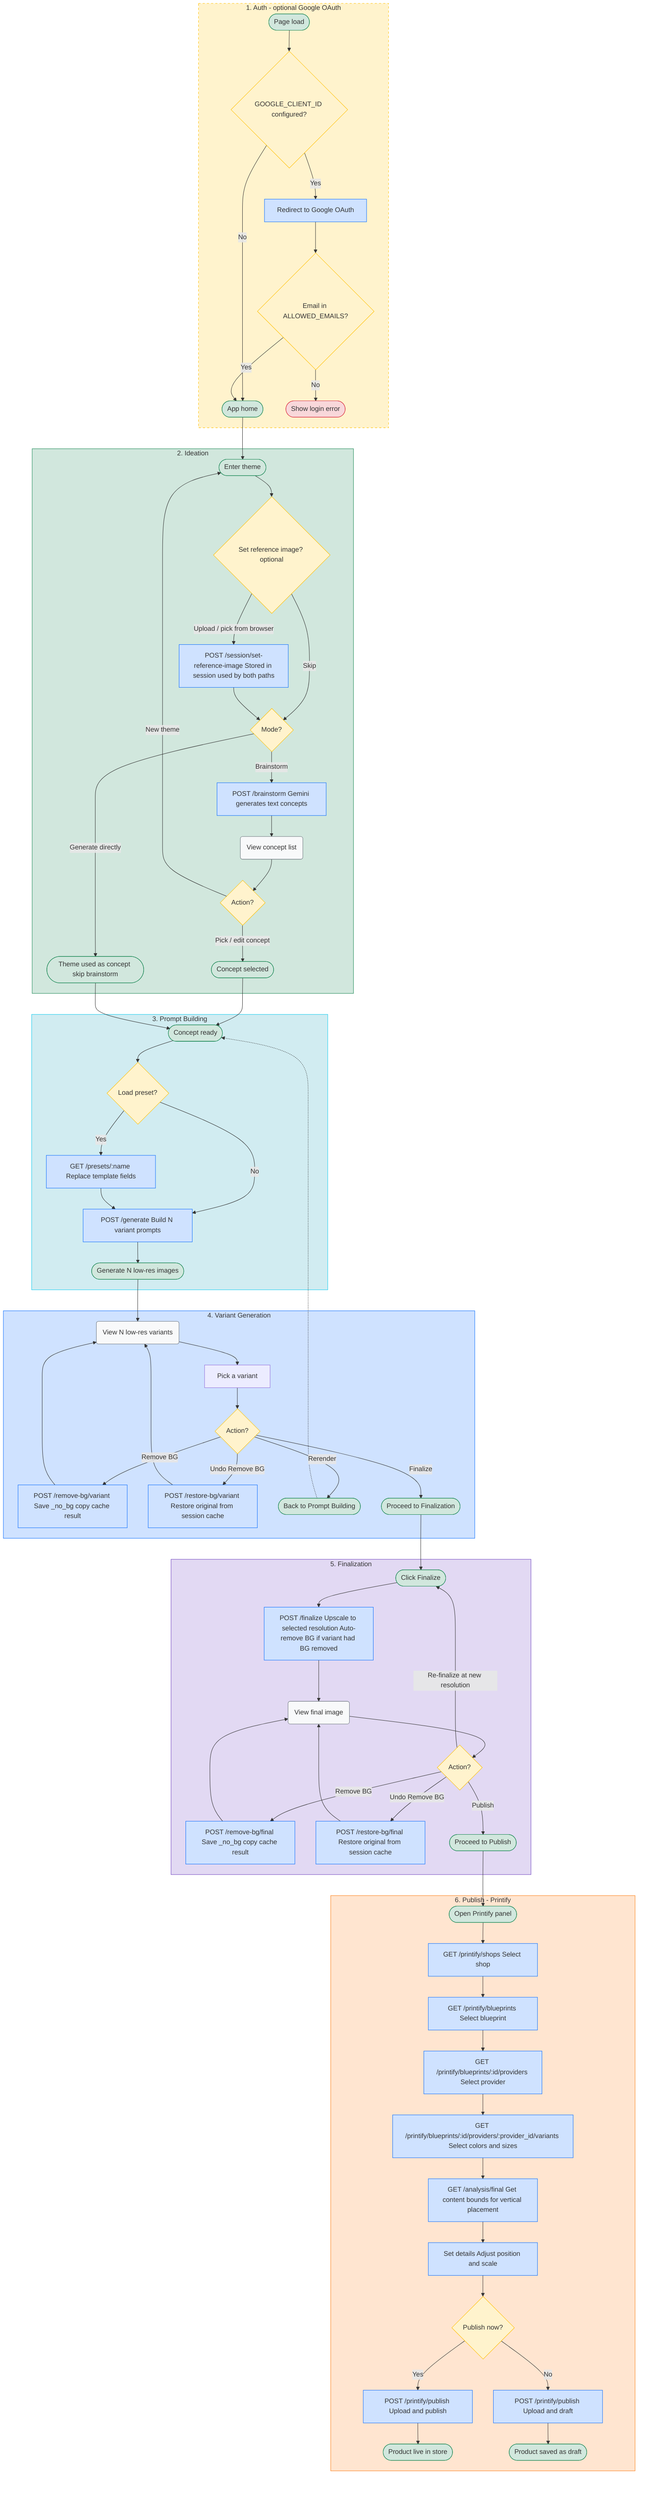
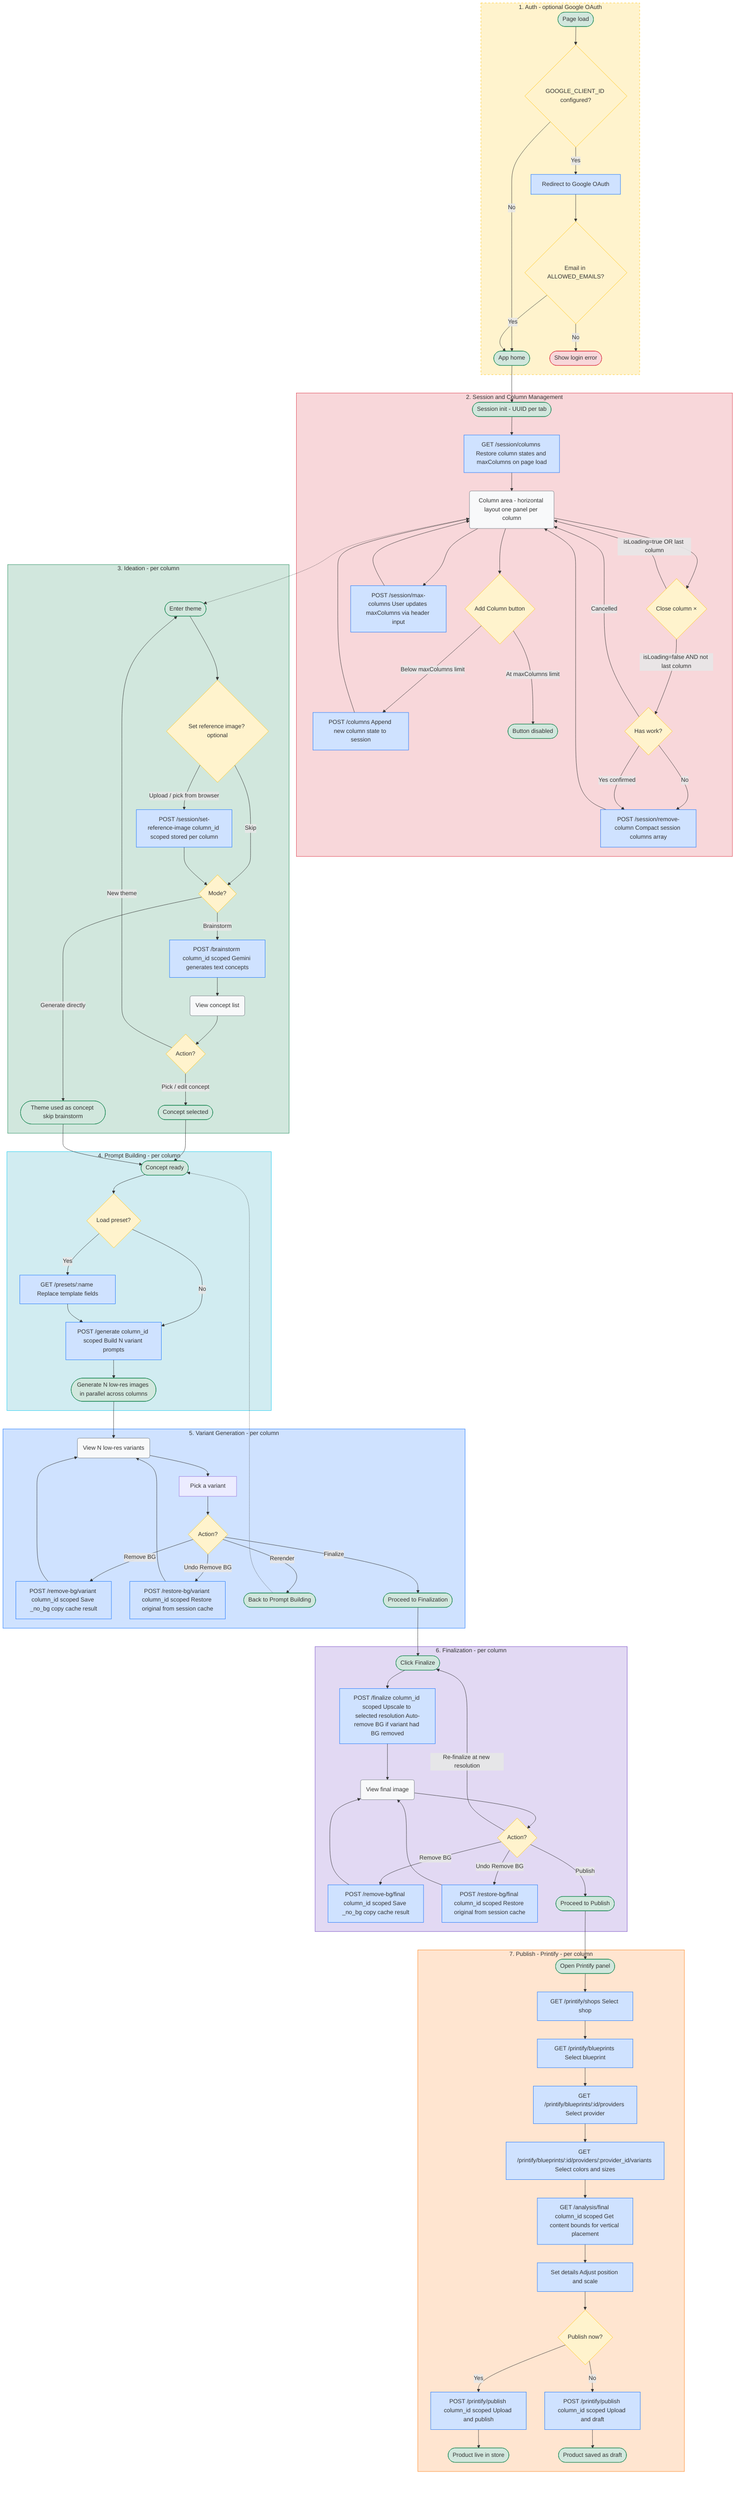
graph TD
    %% 1. Auth
    subgraph Auth [1. Auth - optional Google OAuth]
        PageLoad([Page load]) --> AuthEnabled{GOOGLE_CLIENT_ID configured?}
        AuthEnabled -- No --> AppHome([App home])
        AuthEnabled -- Yes --> OAuthRedirect[Redirect to Google OAuth]
        OAuthRedirect --> AllowlistCheck{Email in ALLOWED_EMAILS?}
        AllowlistCheck -- No --> LoginError([Show login error])
        AllowlistCheck -- Yes --> AppHome
    end

-     %% 2. Ideation
-     subgraph Ideation [2. Ideation]
+     %% 2. Session and Column Management
+     subgraph ColMgmt [2. Session and Column Management]
+         SessionInit([Session init - UUID per tab]) --> RestoreState[GET /session/columns Restore column states and maxColumns on page load]
+         RestoreState --> ColView(Column area - horizontal layout one panel per column)
+         ColView --> AddColBtn{Add Column button}
+         AddColBtn -- "Below maxColumns limit" --> AddCol[POST /columns Append new column state to session]
+         AddColBtn -- "At maxColumns limit" --> ColLimitMsg([Button disabled])
+         AddCol --> ColView
+         ColView --> SetMaxCols[POST /session/max-columns User updates maxColumns via header input]
+         SetMaxCols --> ColView
+         ColView --> CloseColBtn{Close column ×}
+         CloseColBtn -- "isLoading=true OR last column" --> ColView
+         CloseColBtn -- "isLoading=false AND not last column" --> ConfirmClose{Has work?}
+         ConfirmClose -- "No" --> RemoveCol[POST /session/remove-column Compact session columns array]
+         ConfirmClose -- "Yes confirmed" --> RemoveCol
+         ConfirmClose -- "Cancelled" --> ColView
+         RemoveCol --> ColView
+     end
+ 
+     %% 3. Ideation - runs independently per column (column_id scopes all calls)
+     subgraph Ideation [3. Ideation - per column]
        EnterTheme([Enter theme]) --> OptRefImage{Set reference image? optional}
-         OptRefImage -- "Upload / pick from browser" --> SetRefImage[POST /session/set-reference-image Stored in session used by both paths]
+         OptRefImage -- "Upload / pick from browser" --> SetRefImage[POST /session/set-reference-image column_id scoped stored per column]
        OptRefImage -- "Skip" --> IdeationMode{Mode?}
        SetRefImage --> IdeationMode
-         IdeationMode -- "Brainstorm" --> Brainstorm[POST /brainstorm Gemini generates text concepts]
+         IdeationMode -- "Brainstorm" --> Brainstorm[POST /brainstorm column_id scoped Gemini generates text concepts]
        IdeationMode -- "Generate directly" --> DirectConcept([Theme used as concept skip brainstorm])
        Brainstorm --> ViewConcepts(View concept list)
        ViewConcepts --> IdeationChoice{Action?}
        IdeationChoice -- "Pick / edit concept" --> ConceptSelected([Concept selected])
        IdeationChoice -- "New theme" --> EnterTheme
    end

-     %% 3. Prompt Building
-     subgraph PromptBuild [3. Prompt Building]
+     %% 4. Prompt Building - per column
+     subgraph PromptBuild [4. Prompt Building - per column]
        ConceptIn([Concept ready]) --> LoadPreset{Load preset?}
        LoadPreset -- Yes --> ApplyPreset[GET /presets/:name Replace template fields]
        LoadPreset -- No --> BuildPrompts
-         ApplyPreset --> BuildPrompts[POST /generate Build N variant prompts]
-         BuildPrompts --> GenImages([Generate N low-res images])
+         ApplyPreset --> BuildPrompts[POST /generate column_id scoped Build N variant prompts]
+         BuildPrompts --> GenImages([Generate N low-res images in parallel across columns])
    end

-     %% 4. Variant Generation
-     subgraph VariantGen [4. Variant Generation]
+     %% 5. Variant Generation - per column
+     subgraph VariantGen [5. Variant Generation - per column]
        ViewVariants(View N low-res variants) --> PickVariant[Pick a variant]
        PickVariant --> VariantChoice{Action?}
-         VariantChoice -- "Remove BG" --> RemoveBGVariant[POST /remove-bg/variant Save _no_bg copy cache result]
+         VariantChoice -- "Remove BG" --> RemoveBGVariant[POST /remove-bg/variant column_id scoped Save _no_bg copy cache result]
        RemoveBGVariant --> ViewVariants
-         VariantChoice -- "Undo Remove BG" --> RestoreBGVariant[POST /restore-bg/variant Restore original from session cache]
+         VariantChoice -- "Undo Remove BG" --> RestoreBGVariant[POST /restore-bg/variant column_id scoped Restore original from session cache]
        RestoreBGVariant --> ViewVariants
        VariantChoice -- "Rerender" --> RerenderVariants([Back to Prompt Building])
        VariantChoice -- "Finalize" --> ReadyToFinalize([Proceed to Finalization])
    end

-     %% 5. Finalization
-     subgraph Finalization [5. Finalization]
-         ClickFinalize([Click Finalize]) --> Gen4K[POST /finalize Upscale to selected resolution Auto-remove BG if variant had BG removed]
+     %% 6. Finalization - per column
+     subgraph Finalization [6. Finalization - per column]
+         ClickFinalize([Click Finalize]) --> Gen4K[POST /finalize column_id scoped Upscale to selected resolution Auto-remove BG if variant had BG removed]
        Gen4K --> ViewFinal(View final image)
        ViewFinal --> FinalChoice{Action?}
-         FinalChoice -- "Remove BG" --> RemoveBGFinal[POST /remove-bg/final Save _no_bg copy cache result]
+         FinalChoice -- "Remove BG" --> RemoveBGFinal[POST /remove-bg/final column_id scoped Save _no_bg copy cache result]
        RemoveBGFinal --> ViewFinal
-         FinalChoice -- "Undo Remove BG" --> RestoreBGFinal[POST /restore-bg/final Restore original from session cache]
+         FinalChoice -- "Undo Remove BG" --> RestoreBGFinal[POST /restore-bg/final column_id scoped Restore original from session cache]
        RestoreBGFinal --> ViewFinal
        FinalChoice -- "Re-finalize at new resolution" --> ClickFinalize
        FinalChoice -- "Publish" --> ReadyToPublish([Proceed to Publish])
    end

-     %% 6. Publish
-     subgraph Publish [6. Publish - Printify]
+     %% 7. Publish - per column
+     subgraph Publish [7. Publish - Printify - per column]
        OpenPrintify([Open Printify panel]) --> SelectShop[GET /printify/shops Select shop]
        SelectShop --> SelectBlueprint[GET /printify/blueprints Select blueprint]
        SelectBlueprint --> SelectProvider[GET /printify/blueprints/:id/providers Select provider]
        SelectProvider --> SelectVariants[GET /printify/blueprints/:id/providers/:provider_id/variants Select colors and sizes]
-         SelectVariants --> AnalyzeFinal[GET /analysis/final Get content bounds for vertical placement]
+         SelectVariants --> AnalyzeFinal[GET /analysis/final column_id scoped Get content bounds for vertical placement]
        AnalyzeFinal --> SetDetails[Set details Adjust position and scale]
        SetDetails --> PublishChoice{Publish now?}
-         PublishChoice -- Yes --> PublishNow[POST /printify/publish Upload and publish]
-         PublishChoice -- No --> SaveDraft[POST /printify/publish Upload and draft]
+         PublishChoice -- Yes --> PublishNow[POST /printify/publish column_id scoped Upload and publish]
+         PublishChoice -- No --> SaveDraft[POST /printify/publish column_id scoped Upload and draft]
        PublishNow --> Done([Product live in store])
        SaveDraft --> Done2([Product saved as draft])
    end

    %% Phase transitions
-     AppHome --> EnterTheme
+     AppHome --> SessionInit
    ConceptSelected --> ConceptIn
    DirectConcept --> ConceptIn
    GenImages --> ViewVariants
    RerenderVariants -.-> ConceptIn
    ReadyToFinalize --> ClickFinalize
    ReadyToPublish --> OpenPrintify
+     ColView -.-> EnterTheme

    %% Subgraph styling
    style Auth fill:#fff3cd,stroke:#ffc107,stroke-dasharray: 5 5
+     style ColMgmt fill:#f8d7da,stroke:#dc3545
    style Ideation fill:#d1e7dd,stroke:#198754
    style PromptBuild fill:#d1ecf1,stroke:#0dcaf0
    style VariantGen fill:#cfe2ff,stroke:#0d6efd
    style Finalization fill:#e2d9f3,stroke:#6f42c1
    style Publish fill:#ffe5d0,stroke:#fd7e14

    %% Decision nodes - amber
    style AuthEnabled fill:#fff3cd,stroke:#ffc107
    style AllowlistCheck fill:#fff3cd,stroke:#ffc107
+     style AddColBtn fill:#fff3cd,stroke:#ffc107
+     style CloseColBtn fill:#fff3cd,stroke:#ffc107
+     style ConfirmClose fill:#fff3cd,stroke:#ffc107
+     style RemoveCol fill:#cfe2ff,stroke:#0d6efd
    style OptRefImage fill:#fff3cd,stroke:#ffc107
    style IdeationMode fill:#fff3cd,stroke:#ffc107
    style IdeationChoice fill:#fff3cd,stroke:#ffc107
    style LoadPreset fill:#fff3cd,stroke:#ffc107
    style VariantChoice fill:#fff3cd,stroke:#ffc107
    style FinalChoice fill:#fff3cd,stroke:#ffc107
    style PublishChoice fill:#fff3cd,stroke:#ffc107

    %% API call nodes - blue
    style OAuthRedirect fill:#cfe2ff,stroke:#0d6efd
+     style RestoreState fill:#cfe2ff,stroke:#0d6efd
+     style AddCol fill:#cfe2ff,stroke:#0d6efd
+     style SetMaxCols fill:#cfe2ff,stroke:#0d6efd
    style Brainstorm fill:#cfe2ff,stroke:#0d6efd
    style ApplyPreset fill:#cfe2ff,stroke:#0d6efd
    style BuildPrompts fill:#cfe2ff,stroke:#0d6efd
    style RemoveBGVariant fill:#cfe2ff,stroke:#0d6efd
    style RestoreBGVariant fill:#cfe2ff,stroke:#0d6efd
    style Gen4K fill:#cfe2ff,stroke:#0d6efd
    style RemoveBGFinal fill:#cfe2ff,stroke:#0d6efd
    style RestoreBGFinal fill:#cfe2ff,stroke:#0d6efd
    style SelectShop fill:#cfe2ff,stroke:#0d6efd
    style SelectBlueprint fill:#cfe2ff,stroke:#0d6efd
    style SelectProvider fill:#cfe2ff,stroke:#0d6efd
    style SelectVariants fill:#cfe2ff,stroke:#0d6efd
    style AnalyzeFinal fill:#cfe2ff,stroke:#0d6efd
    style SetRefImage fill:#cfe2ff,stroke:#0d6efd
    style SetDetails fill:#cfe2ff,stroke:#0d6efd
    style PublishNow fill:#cfe2ff,stroke:#0d6efd
    style SaveDraft fill:#cfe2ff,stroke:#0d6efd

    %% View/state nodes - gray
+     style ColView fill:#f8f9fa,stroke:#6c757d
    style ViewConcepts fill:#f8f9fa,stroke:#6c757d
    style ViewVariants fill:#f8f9fa,stroke:#6c757d
    style ViewFinal fill:#f8f9fa,stroke:#6c757d

    %% Terminal nodes - green
    style PageLoad fill:#d1e7dd,stroke:#198754
    style AppHome fill:#d1e7dd,stroke:#198754
+     style SessionInit fill:#d1e7dd,stroke:#198754
    style EnterTheme fill:#d1e7dd,stroke:#198754
    style DirectConcept fill:#d1e7dd,stroke:#198754
    style ConceptSelected fill:#d1e7dd,stroke:#198754
    style ConceptIn fill:#d1e7dd,stroke:#198754
    style GenImages fill:#d1e7dd,stroke:#198754
    style RerenderVariants fill:#d1e7dd,stroke:#198754
    style ReadyToFinalize fill:#d1e7dd,stroke:#198754
    style ClickFinalize fill:#d1e7dd,stroke:#198754
    style ReadyToPublish fill:#d1e7dd,stroke:#198754
    style OpenPrintify fill:#d1e7dd,stroke:#198754
    style Done fill:#d1e7dd,stroke:#198754
    style Done2 fill:#d1e7dd,stroke:#198754
+     style ColLimitMsg fill:#d1e7dd,stroke:#198754

    %% Error nodes - red
    style LoginError fill:#f8d7da,stroke:#dc3545
